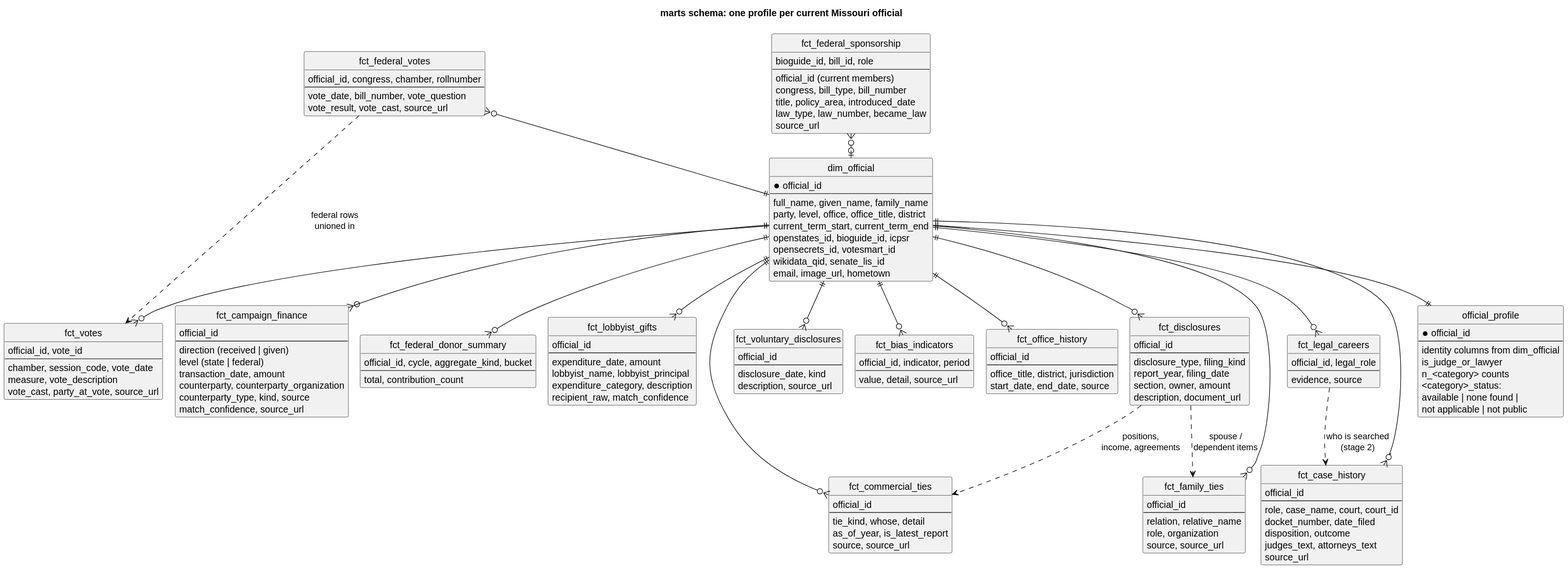
akettmann/missouri_gov_feed keeps this PlantUML diagram as docs/diagrams/data_model.svg. Above is the earlier version. Its source is kept beside it as docs/diagrams/data_model.puml.
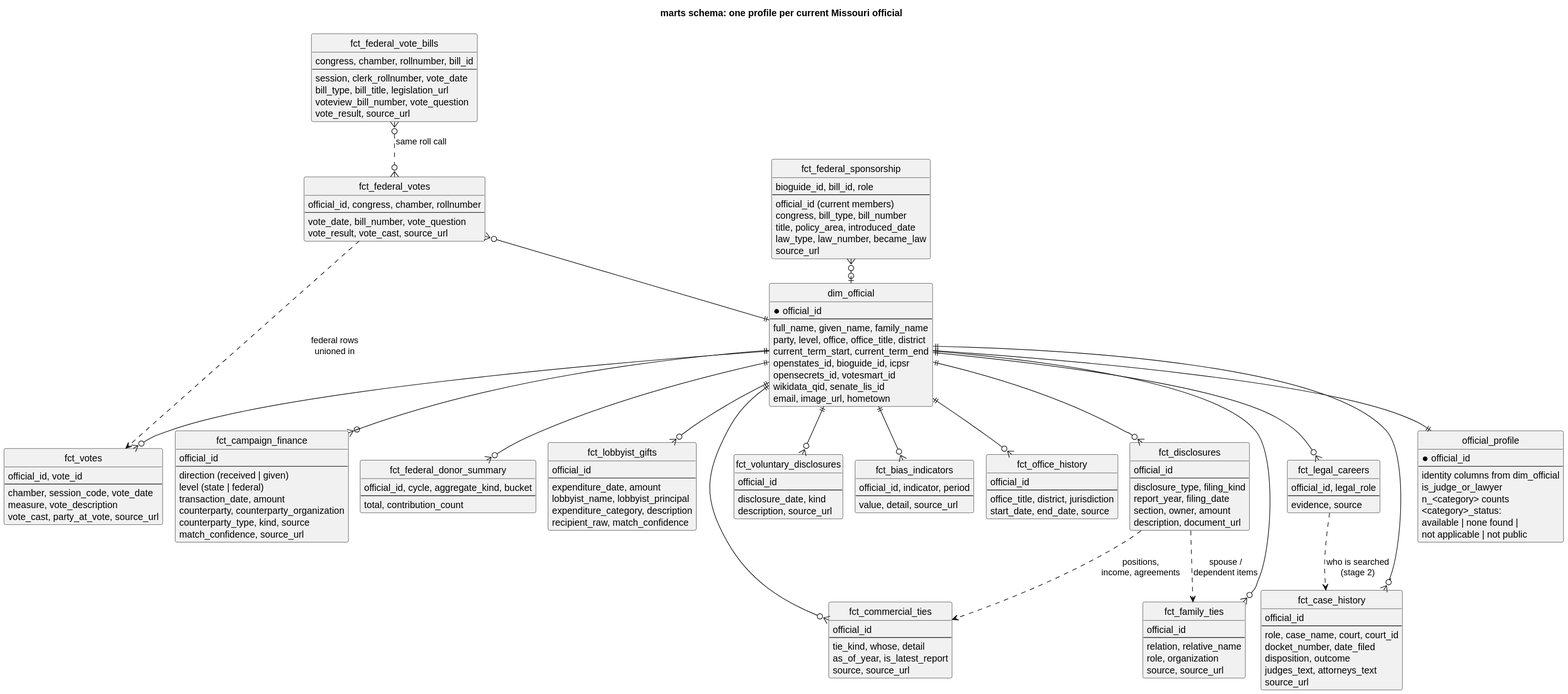
The same diagram one commit later.

Commit message:
Link BILLSTATUS recorded votes to Voteview roll calls (fct_federal_vote_bills)

The edit, as a diff of the source:
```diff
@@ -39,6 +39,15 @@
   --
   vote_date, bill_number, vote_question
   vote_result, vote_cast, source_url
+}
+
+entity fct_federal_vote_bills {
+  congress, chamber, rollnumber, bill_id
+  --
+  session, clerk_rollnumber, vote_date
+  bill_type, bill_title, legislation_url
+  voteview_bill_number, vote_question
+  vote_result, source_url
 }
 
 entity fct_federal_sponsorship {
@@ -143,6 +152,7 @@
 fct_federal_votes }o--|| dim_official
 fct_federal_votes ..> fct_votes : federal rows\nunioned in
 fct_federal_sponsorship }o--o| dim_official
+fct_federal_vote_bills }o..o{ fct_federal_votes : same roll call
 dim_official ||--o{ fct_campaign_finance
 dim_official ||--o{ fct_federal_donor_summary
 dim_official ||--o{ fct_lobbyist_gifts
```
